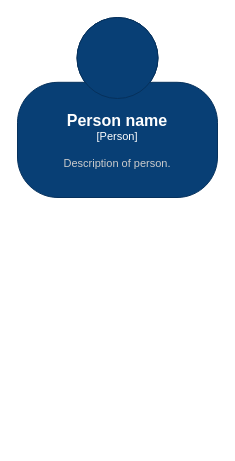
This is page "Context" (1 of 4) of Diagramme sans nom.drawio from SALVA243/AP-TWITTER, a draw.io file, before an edit. Source tidied: cells renumbered, new cells numbered last; positions are measured from the earlier drawing's top-left corner, leaving out a move shared by most shapes. Both pictures are drawn from the tidied source at 100%, with x=0, y=0 at pixel (17, 17).
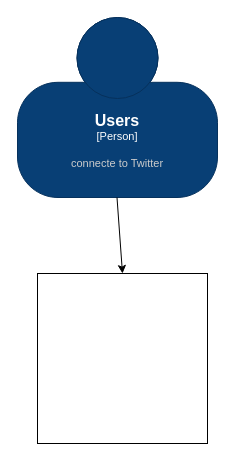
The same page after the edit.

Change to the diagram source:
```diff
@@
 <mxGraphModel>
   <root>
     <mxCell id="0" />
     <mxCell id="1" parent="0" />
-    <object id="2" label="&lt;font style=&quot;font-size: 16px&quot;&gt;&lt;b&gt;%c4Name%&lt;/b&gt;&lt;/font&gt;&lt;div&gt;[%c4Type%]&lt;/div&gt;&lt;br&gt;&lt;div&gt;&lt;font style=&quot;font-size: 11px&quot;&gt;&lt;font color=&quot;#cccccc&quot;&gt;%c4Description%&lt;/font&gt;&lt;/div&gt;" c4Description="Description of person." c4Name="Person name" c4Type="Person" placeholders="1">
+    <object id="2" label="&lt;font style=&quot;font-size: 16px&quot;&gt;&lt;b&gt;%c4Name%&lt;/b&gt;&lt;/font&gt;&lt;div&gt;[%c4Type%]&lt;/div&gt;&lt;br&gt;&lt;div&gt;&lt;font style=&quot;font-size: 11px&quot;&gt;&lt;font color=&quot;#cccccc&quot;&gt;%c4Description%&lt;/font&gt;&lt;/div&gt;" c4Description="connecte to Twitter" c4Name="Users" c4Type="Person" placeholders="1">
       <mxCell style="html=1;fontSize=11;dashed=0;whiteSpace=wrap;fillColor=#083F75;strokeColor=#06315C;fontColor=#ffffff;shape=mxgraph.c4.person2;align=center;" parent="1" vertex="1">
         <mxGeometry width="200" height="180" as="geometry" />
       </mxCell>
     </object>
+    <mxCell id="3" style="endArrow=classic;html=1;rounded=0;entryX=0.5;entryY=0;entryDx=0;entryDy=0;" parent="1" edge="1" target="4">
+      <mxGeometry relative="1" as="geometry">
+        <mxPoint x="99.5" y="180" as="sourcePoint" />
+      </mxGeometry>
+    </mxCell>
+    <mxCell id="4" style="whiteSpace=wrap;html=1;" parent="1" vertex="1">
+      <mxGeometry x="20" y="256" width="170" height="170" as="geometry" />
+    </mxCell>
   </root>
 </mxGraphModel>
```
